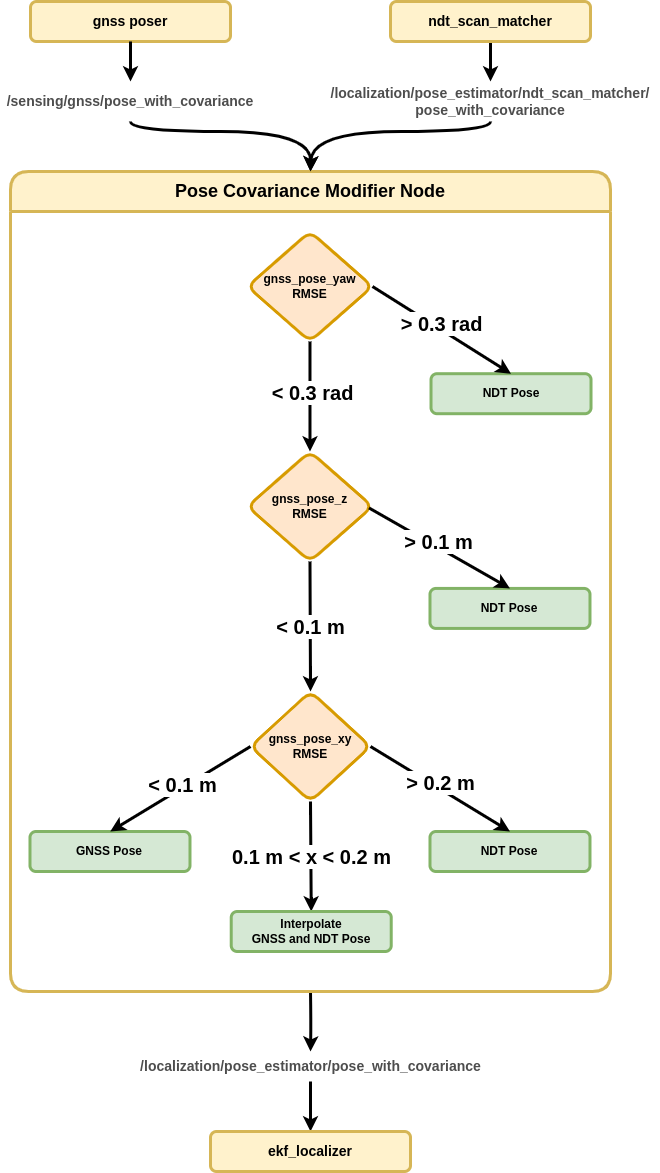
Above: localization/autoware_pose_covariance_modifier_node/media/new_proposal-proposal-extended-proposal.drawio.png in autowarefoundation/autoware.universe (draw.io), before the change. Source tidied: cells renumbered, new cells last; positions are measured from the earlier drawing's top-left corner, leaving out a move shared by most shapes. Source of this version:
```xml
<mxGraphModel>
  <root>
    <mxCell id="0" />
    <mxCell id="1" parent="0" />
    <mxCell id="2" style="edgeStyle=orthogonalEdgeStyle;rounded=0;jettySize=auto;html=1;entryX=0.5;entryY=0;entryDx=0;entryDy=0;curved=1;strokeWidth=3;exitX=0.5;exitY=1;exitDx=0;exitDy=0;" parent="1" edge="1" source="29" target="5">
      <mxGeometry relative="1" as="geometry">
        <Array as="points">
          <mxPoint x="490" y="130" />
          <mxPoint x="311" y="130" />
        </Array>
      </mxGeometry>
    </mxCell>
    <mxCell id="3" style="edgeStyle=orthogonalEdgeStyle;rounded=0;jettySize=auto;html=1;entryX=0.5;entryY=0;entryDx=0;entryDy=0;curved=1;strokeWidth=3;" parent="1" edge="1" source="35" target="36">
      <mxGeometry relative="1" as="geometry" />
    </mxCell>
    <mxCell id="4" style="edgeStyle=orthogonalEdgeStyle;rounded=0;jettySize=auto;html=1;strokeColor=default;strokeWidth=3;align=center;verticalAlign=middle;fontFamily=Helvetica;fontSize=11;fontColor=default;labelBackgroundColor=default;endArrow=classic;curved=1;" parent="1" edge="1" target="35">
      <mxGeometry relative="1" as="geometry">
        <mxPoint x="310" y="990" as="sourcePoint" />
      </mxGeometry>
    </mxCell>
    <mxCell id="5" value="&lt;span style=&quot;font-size: 18px;&quot;&gt;Pose Covariance Modifier Node&lt;/span&gt;" style="swimlane;whiteSpace=wrap;html=1;startSize=40;strokeWidth=3;fillColor=#fff2cc;strokeColor=#d6b656;rounded=1;" parent="1" vertex="1">
      <mxGeometry x="10" y="170" width="600" height="820" as="geometry" />
    </mxCell>
    <mxCell id="6" value="&lt;div&gt;gnss_pose_xy&lt;/div&gt;&lt;div&gt;RMSE&lt;br&gt;&lt;/div&gt;" style="rhombus;whiteSpace=wrap;html=1;fillColor=#ffe6cc;strokeColor=#d79b00;rounded=1;strokeWidth=3;align=center;verticalAlign=middle;fontFamily=Helvetica;fontSize=12;fontStyle=1;" parent="5" vertex="1">
      <mxGeometry x="240" y="520" width="120" height="110" as="geometry" />
    </mxCell>
    <mxCell id="7" style="endArrow=classic;html=1;rounded=0;entryX=0.5;entryY=0;entryDx=0;entryDy=0;exitX=0.5;exitY=1;exitDx=0;exitDy=0;curved=1;strokeWidth=3;" parent="5" edge="1" source="6" target="15">
      <mxGeometry relative="1" as="geometry" />
    </mxCell>
    <mxCell id="8" value="&lt;span style=&quot;&quot;&gt;&lt;b&gt;&lt;font style=&quot;font-size: 20px;&quot;&gt;0.1 m &amp;lt; x &amp;lt; 0.2 m&lt;/font&gt;&lt;/b&gt;&lt;/span&gt;" style="edgeLabel;html=1;align=center;verticalAlign=middle;fontFamily=Helvetica;fontSize=20;fontColor=default;labelBackgroundColor=default;fillColor=none;gradientColor=none;" parent="7" vertex="1">
      <mxGeometry relative="1" as="geometry" />
    </mxCell>
    <mxCell id="9" value="&lt;b&gt;GNSS Pose&lt;/b&gt;" style="rounded=1;whiteSpace=wrap;html=1;fillColor=#d5e8d4;strokeColor=#82b366;strokeWidth=3;align=center;verticalAlign=middle;fontFamily=Helvetica;fontSize=12;fontStyle=1;" parent="5" vertex="1">
      <mxGeometry x="19.5" y="660" width="160" height="40" as="geometry" />
    </mxCell>
    <mxCell id="10" style="endArrow=classic;html=1;rounded=0;entryX=0.5;entryY=0;entryDx=0;entryDy=0;curved=0;strokeWidth=3;strokeColor=default;exitX=0.5;exitY=1;exitDx=0;exitDy=0;" parent="5" edge="1" source="16" target="20">
      <mxGeometry relative="1" as="geometry" />
    </mxCell>
    <mxCell id="11" value="&lt;span style=&quot;font-size: 20px;&quot;&gt;&lt;b style=&quot;font-size: 20px;&quot;&gt;&lt;font style=&quot;font-size: 20px;&quot;&gt;&amp;lt; 0.3 rad&lt;/font&gt;&lt;/b&gt;&lt;/span&gt;" style="edgeLabel;html=1;align=center;verticalAlign=middle;fontSize=20;labelBackgroundColor=default;" parent="10" vertex="1">
      <mxGeometry relative="1" as="geometry">
        <mxPoint x="2" y="-5" as="offset" />
      </mxGeometry>
    </mxCell>
    <mxCell id="12" value="NDT Pose" style="rounded=1;whiteSpace=wrap;html=1;fillColor=#d5e8d4;strokeColor=#82b366;strokeWidth=3;align=center;verticalAlign=middle;fontFamily=Helvetica;fontSize=12;fontStyle=1;" parent="5" vertex="1">
      <mxGeometry x="419.5" y="660" width="160" height="40" as="geometry" />
    </mxCell>
    <mxCell id="13" style="endArrow=classic;html=1;rounded=0;exitX=1;exitY=0.5;exitDx=0;exitDy=0;entryX=0.5;entryY=0;entryDx=0;entryDy=0;curved=0;strokeWidth=3;" parent="5" edge="1" source="6" target="12">
      <mxGeometry relative="1" as="geometry" />
    </mxCell>
    <mxCell id="14" value="&lt;span style=&quot;&quot;&gt;&lt;b&gt;&lt;font style=&quot;font-size: 20px;&quot;&gt;&amp;gt; 0.2 m&lt;/font&gt;&lt;/b&gt;&lt;/span&gt;" style="edgeLabel;html=1;align=center;verticalAlign=middle;fontFamily=Helvetica;fontSize=20;fontColor=default;labelBackgroundColor=default;fillColor=none;gradientColor=none;" parent="13" vertex="1">
      <mxGeometry relative="1" as="geometry">
        <mxPoint x="-1" y="-7" as="offset" />
      </mxGeometry>
    </mxCell>
    <mxCell id="15" value="Interpolate&lt;div&gt;GNSS and NDT Pose&lt;/div&gt;" style="rounded=1;whiteSpace=wrap;html=1;fillColor=#d5e8d4;strokeColor=#82b366;strokeWidth=3;align=center;verticalAlign=middle;fontFamily=Helvetica;fontSize=12;fontStyle=1;" parent="5" vertex="1">
      <mxGeometry x="220.7" y="740" width="160" height="40" as="geometry" />
    </mxCell>
    <mxCell id="16" value="&lt;div&gt;gnss_pose_yaw&lt;/div&gt;&lt;div&gt;RMSE&lt;br&gt;&lt;/div&gt;" style="rhombus;whiteSpace=wrap;html=1;fillColor=#ffe6cc;strokeColor=#d79b00;rounded=1;strokeWidth=3;align=center;verticalAlign=middle;fontFamily=Helvetica;fontSize=12;fontStyle=1;" parent="5" vertex="1">
      <mxGeometry x="237" y="60" width="125" height="110" as="geometry" />
    </mxCell>
    <mxCell id="17" value="NDT Pose" style="rounded=1;whiteSpace=wrap;html=1;fillColor=#d5e8d4;strokeColor=#82b366;strokeWidth=3;align=center;verticalAlign=middle;fontFamily=Helvetica;fontSize=12;fontStyle=1;" parent="5" vertex="1">
      <mxGeometry x="420.5" y="202.2" width="160" height="40" as="geometry" />
    </mxCell>
    <mxCell id="18" style="endArrow=classic;html=1;rounded=0;entryX=0.5;entryY=0;entryDx=0;entryDy=0;curved=0;strokeWidth=3;exitX=1;exitY=0.5;exitDx=0;exitDy=0;" parent="5" edge="1" source="16" target="17">
      <mxGeometry relative="1" as="geometry" />
    </mxCell>
    <mxCell id="19" value="&lt;span style=&quot;&quot;&gt;&lt;b&gt;&lt;font style=&quot;font-size: 20px;&quot;&gt;&amp;gt; 0.3 rad&lt;/font&gt;&lt;/b&gt;&lt;/span&gt;" style="edgeLabel;html=1;align=center;verticalAlign=middle;fontFamily=Helvetica;fontSize=20;fontColor=default;labelBackgroundColor=default;fillColor=none;gradientColor=none;" parent="18" vertex="1">
      <mxGeometry relative="1" as="geometry">
        <mxPoint x="-1" y="-7" as="offset" />
      </mxGeometry>
    </mxCell>
    <mxCell id="20" value="&lt;div&gt;gnss_pose_z&lt;/div&gt;&lt;div&gt;RMSE&lt;br&gt;&lt;/div&gt;" style="rhombus;whiteSpace=wrap;html=1;fillColor=#ffe6cc;strokeColor=#d79b00;rounded=1;strokeWidth=3;align=center;verticalAlign=middle;fontFamily=Helvetica;fontSize=12;fontStyle=1;" parent="5" vertex="1">
      <mxGeometry x="237" y="280" width="125" height="110" as="geometry" />
    </mxCell>
    <mxCell id="21" value="NDT Pose" style="rounded=1;whiteSpace=wrap;html=1;fillColor=#d5e8d4;strokeColor=#82b366;strokeWidth=3;align=center;verticalAlign=middle;fontFamily=Helvetica;fontSize=12;fontStyle=1;" parent="5" vertex="1">
      <mxGeometry x="419.5" y="416.9" width="160" height="40" as="geometry" />
    </mxCell>
    <mxCell id="22" style="endArrow=classic;html=1;rounded=0;entryX=0.5;entryY=0;entryDx=0;entryDy=0;curved=0;strokeWidth=3;exitX=0.972;exitY=0.513;exitDx=0;exitDy=0;exitPerimeter=0;" parent="5" edge="1" source="20" target="21">
      <mxGeometry relative="1" as="geometry" />
    </mxCell>
    <mxCell id="23" value="&lt;span style=&quot;&quot;&gt;&lt;b&gt;&lt;font style=&quot;font-size: 20px;&quot;&gt;&amp;gt; 0.1 m&lt;/font&gt;&lt;/b&gt;&lt;/span&gt;" style="edgeLabel;html=1;align=center;verticalAlign=middle;fontFamily=Helvetica;fontSize=20;fontColor=default;labelBackgroundColor=default;fillColor=none;gradientColor=none;" parent="22" vertex="1">
      <mxGeometry relative="1" as="geometry">
        <mxPoint x="-1" y="-7" as="offset" />
      </mxGeometry>
    </mxCell>
    <mxCell id="24" style="endArrow=classic;html=1;rounded=0;entryX=0.5;entryY=0;entryDx=0;entryDy=0;curved=0;strokeWidth=3;strokeColor=default;exitX=0;exitY=0.5;exitDx=0;exitDy=0;" parent="5" edge="1" source="6">
      <mxGeometry relative="1" as="geometry">
        <mxPoint x="99.7" y="660" as="targetPoint" />
      </mxGeometry>
    </mxCell>
    <mxCell id="25" value="&lt;span style=&quot;font-size: 20px;&quot;&gt;&lt;b style=&quot;font-size: 20px;&quot;&gt;&lt;font style=&quot;font-size: 20px;&quot;&gt;&amp;lt; 0.1 m&lt;/font&gt;&lt;/b&gt;&lt;/span&gt;" style="edgeLabel;html=1;align=center;verticalAlign=middle;fontSize=20;labelBackgroundColor=default;" parent="24" vertex="1">
      <mxGeometry relative="1" as="geometry">
        <mxPoint x="2" y="-5" as="offset" />
      </mxGeometry>
    </mxCell>
    <mxCell id="26" style="endArrow=classic;html=1;rounded=0;entryX=0.5;entryY=0;entryDx=0;entryDy=0;exitX=0.5;exitY=1;exitDx=0;exitDy=0;curved=1;strokeWidth=3;" parent="5" edge="1" source="20" target="6">
      <mxGeometry relative="1" as="geometry" />
    </mxCell>
    <mxCell id="27" value="&lt;span style=&quot;&quot;&gt;&lt;b&gt;&lt;font style=&quot;font-size: 20px;&quot;&gt;&amp;lt; 0.1 m&lt;/font&gt;&lt;/b&gt;&lt;/span&gt;" style="edgeLabel;html=1;align=center;verticalAlign=middle;fontFamily=Helvetica;fontSize=20;fontColor=default;labelBackgroundColor=default;fillColor=none;gradientColor=none;" parent="26" vertex="1">
      <mxGeometry relative="1" as="geometry" />
    </mxCell>
    <mxCell id="28" style="edgeStyle=orthogonalEdgeStyle;rounded=0;jettySize=auto;html=1;entryX=0.5;entryY=0;entryDx=0;entryDy=0;strokeWidth=3;curved=1;exitX=0.5;exitY=1;exitDx=0;exitDy=0;" parent="1" edge="1" source="32" target="5">
      <mxGeometry relative="1" as="geometry">
        <Array as="points">
          <mxPoint x="130" y="130" />
          <mxPoint x="311" y="130" />
        </Array>
      </mxGeometry>
    </mxCell>
    <mxCell id="29" value="&lt;font color=&quot;#4d4d4d&quot; style=&quot;font-size: 14px;&quot;&gt;&lt;b&gt;/localization/pose_estimator/ndt_scan_matcher/&lt;/b&gt;&lt;/font&gt;&lt;div&gt;&lt;font color=&quot;#4d4d4d&quot; style=&quot;font-size: 14px;&quot;&gt;&lt;b&gt;pose_with_covariance&lt;/b&gt;&lt;/font&gt;&lt;/div&gt;" style="text;html=1;align=center;verticalAlign=middle;whiteSpace=wrap;rounded=0;" parent="1" vertex="1">
      <mxGeometry x="320" y="80" width="340" height="40" as="geometry" />
    </mxCell>
    <mxCell id="30" style="edgeStyle=orthogonalEdgeStyle;rounded=0;jettySize=auto;html=1;strokeColor=default;strokeWidth=3;align=center;verticalAlign=middle;fontFamily=Helvetica;fontSize=11;fontColor=default;labelBackgroundColor=default;endArrow=classic;curved=1;exitX=0.5;exitY=1;exitDx=0;exitDy=0;entryX=0.5;entryY=0;entryDx=0;entryDy=0;" parent="1" edge="1" source="34" target="29">
      <mxGeometry relative="1" as="geometry" />
    </mxCell>
    <mxCell id="31" value="&lt;font style=&quot;font-size: 14px;&quot;&gt;gnss poser&lt;/font&gt;" style="rounded=1;whiteSpace=wrap;html=1;fillColor=#fff2cc;strokeColor=#d6b656;fontStyle=1;strokeWidth=3;" parent="1" vertex="1">
      <mxGeometry x="30" width="200" height="40" as="geometry" />
    </mxCell>
    <mxCell id="32" value="&lt;font color=&quot;#4d4d4d&quot; style=&quot;font-size: 14px;&quot;&gt;&lt;b&gt;/sensing/gnss/pose_with_covariance&lt;/b&gt;&lt;/font&gt;" style="text;html=1;align=center;verticalAlign=middle;whiteSpace=wrap;rounded=0;" parent="1" vertex="1">
      <mxGeometry y="80" width="260" height="40" as="geometry" />
    </mxCell>
    <mxCell id="33" style="edgeStyle=orthogonalEdgeStyle;rounded=0;jettySize=auto;html=1;strokeColor=default;strokeWidth=3;align=center;verticalAlign=middle;fontFamily=Helvetica;fontSize=11;fontColor=default;labelBackgroundColor=default;endArrow=classic;curved=1;exitX=0.5;exitY=1;exitDx=0;exitDy=0;entryX=0.5;entryY=0;entryDx=0;entryDy=0;" parent="1" edge="1" source="31" target="32">
      <mxGeometry relative="1" as="geometry" />
    </mxCell>
    <mxCell id="34" value="&lt;font style=&quot;font-size: 14px;&quot;&gt;ndt_scan_matcher&lt;/font&gt;" style="rounded=1;whiteSpace=wrap;html=1;fillColor=#fff2cc;strokeColor=#d6b656;fontStyle=1;strokeWidth=3;" parent="1" vertex="1">
      <mxGeometry x="390" width="200" height="40" as="geometry" />
    </mxCell>
    <mxCell id="35" value="&lt;font size=&quot;1&quot; color=&quot;#4d4d4d&quot;&gt;&lt;b style=&quot;font-size: 14px;&quot;&gt;/localization/pose_estimator/pose_with_covariance&lt;/b&gt;&lt;/font&gt;" style="text;html=1;align=center;verticalAlign=middle;points=[];strokeColor=none;fillColor=none;" parent="1" vertex="1">
      <mxGeometry x="130" y="1050" width="360" height="30" as="geometry" />
    </mxCell>
    <mxCell id="36" value="&lt;font style=&quot;font-size: 14px;&quot;&gt;ekf_localizer&lt;/font&gt;" style="rounded=1;whiteSpace=wrap;html=1;fillColor=#fff2cc;strokeColor=#d6b656;fontStyle=1;strokeWidth=3;" parent="1" vertex="1">
      <mxGeometry x="210" y="1130" width="200" height="40" as="geometry" />
    </mxCell>
  </root>
</mxGraphModel>
```
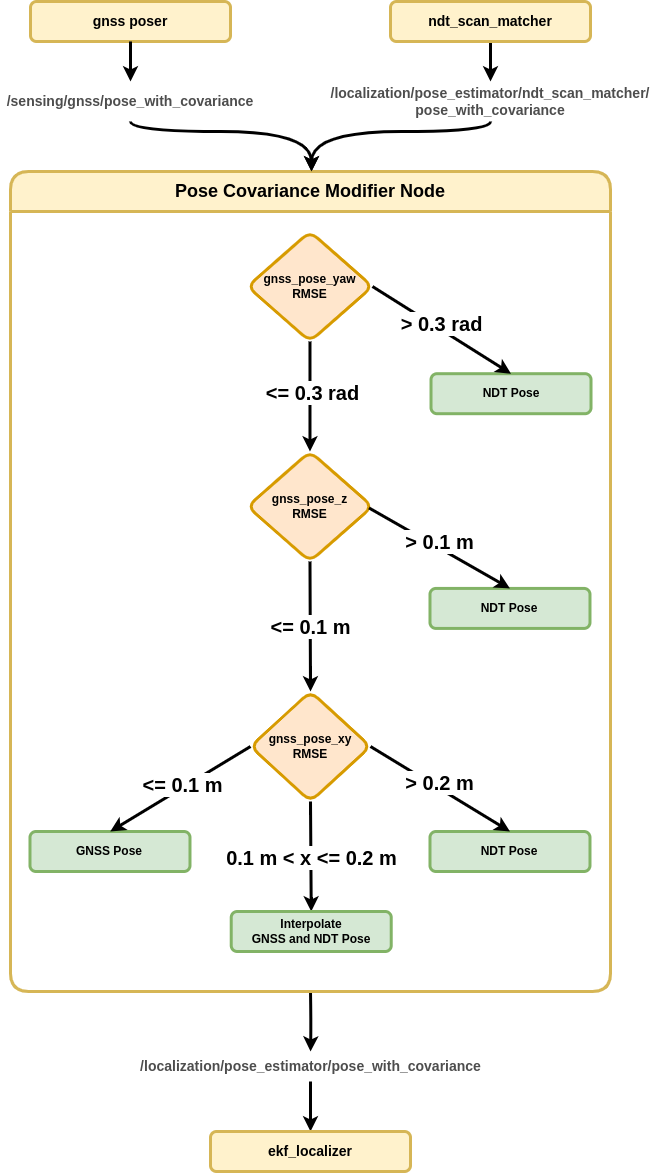
The same file after the commit.

Change to the diagram source:
```diff
@@ -27,7 +27,7 @@
     <mxCell id="7" style="endArrow=classic;html=1;rounded=0;entryX=0.5;entryY=0;entryDx=0;entryDy=0;exitX=0.5;exitY=1;exitDx=0;exitDy=0;curved=1;strokeWidth=3;" parent="5" edge="1" source="6" target="15">
       <mxGeometry relative="1" as="geometry" />
     </mxCell>
-    <mxCell id="8" value="&lt;span style=&quot;&quot;&gt;&lt;b&gt;&lt;font style=&quot;font-size: 20px;&quot;&gt;0.1 m &amp;lt; x &amp;lt; 0.2 m&lt;/font&gt;&lt;/b&gt;&lt;/span&gt;" style="edgeLabel;html=1;align=center;verticalAlign=middle;fontFamily=Helvetica;fontSize=20;fontColor=default;labelBackgroundColor=default;fillColor=none;gradientColor=none;" parent="7" vertex="1">
+    <mxCell id="8" value="&lt;span style=&quot;&quot;&gt;&lt;b&gt;&lt;font style=&quot;font-size: 20px;&quot;&gt;0.1 m &amp;lt; x &amp;lt;= 0.2 m&lt;/font&gt;&lt;/b&gt;&lt;/span&gt;" style="edgeLabel;html=1;align=center;verticalAlign=middle;fontFamily=Helvetica;fontSize=20;fontColor=default;labelBackgroundColor=default;fillColor=none;gradientColor=none;" parent="7" vertex="1">
       <mxGeometry relative="1" as="geometry" />
     </mxCell>
     <mxCell id="9" value="&lt;b&gt;GNSS Pose&lt;/b&gt;" style="rounded=1;whiteSpace=wrap;html=1;fillColor=#d5e8d4;strokeColor=#82b366;strokeWidth=3;align=center;verticalAlign=middle;fontFamily=Helvetica;fontSize=12;fontStyle=1;" parent="5" vertex="1">
@@ -36,7 +36,7 @@
     <mxCell id="10" style="endArrow=classic;html=1;rounded=0;entryX=0.5;entryY=0;entryDx=0;entryDy=0;curved=0;strokeWidth=3;strokeColor=default;exitX=0.5;exitY=1;exitDx=0;exitDy=0;" parent="5" edge="1" source="16" target="20">
       <mxGeometry relative="1" as="geometry" />
     </mxCell>
-    <mxCell id="11" value="&lt;span style=&quot;font-size: 20px;&quot;&gt;&lt;b style=&quot;font-size: 20px;&quot;&gt;&lt;font style=&quot;font-size: 20px;&quot;&gt;&amp;lt; 0.3 rad&lt;/font&gt;&lt;/b&gt;&lt;/span&gt;" style="edgeLabel;html=1;align=center;verticalAlign=middle;fontSize=20;labelBackgroundColor=default;" parent="10" vertex="1">
+    <mxCell id="11" value="&lt;span style=&quot;font-size: 20px;&quot;&gt;&lt;b style=&quot;font-size: 20px;&quot;&gt;&lt;font style=&quot;font-size: 20px;&quot;&gt;&amp;lt;= 0.3 rad&lt;/font&gt;&lt;/b&gt;&lt;/span&gt;" style="edgeLabel;html=1;align=center;verticalAlign=middle;fontSize=20;labelBackgroundColor=default;" parent="10" vertex="1">
       <mxGeometry relative="1" as="geometry">
         <mxPoint x="2" y="-5" as="offset" />
       </mxGeometry>
@@ -88,7 +88,7 @@
         <mxPoint x="99.7" y="660" as="targetPoint" />
       </mxGeometry>
     </mxCell>
-    <mxCell id="25" value="&lt;span style=&quot;font-size: 20px;&quot;&gt;&lt;b style=&quot;font-size: 20px;&quot;&gt;&lt;font style=&quot;font-size: 20px;&quot;&gt;&amp;lt; 0.1 m&lt;/font&gt;&lt;/b&gt;&lt;/span&gt;" style="edgeLabel;html=1;align=center;verticalAlign=middle;fontSize=20;labelBackgroundColor=default;" parent="24" vertex="1">
+    <mxCell id="25" value="&lt;span style=&quot;font-size: 20px;&quot;&gt;&lt;b style=&quot;font-size: 20px;&quot;&gt;&lt;font style=&quot;font-size: 20px;&quot;&gt;&amp;lt;= 0.1 m&lt;/font&gt;&lt;/b&gt;&lt;/span&gt;" style="edgeLabel;html=1;align=center;verticalAlign=middle;fontSize=20;labelBackgroundColor=default;" parent="24" vertex="1">
       <mxGeometry relative="1" as="geometry">
         <mxPoint x="2" y="-5" as="offset" />
       </mxGeometry>
@@ -96,7 +96,7 @@
     <mxCell id="26" style="endArrow=classic;html=1;rounded=0;entryX=0.5;entryY=0;entryDx=0;entryDy=0;exitX=0.5;exitY=1;exitDx=0;exitDy=0;curved=1;strokeWidth=3;" parent="5" edge="1" source="20" target="6">
       <mxGeometry relative="1" as="geometry" />
     </mxCell>
-    <mxCell id="27" value="&lt;span style=&quot;&quot;&gt;&lt;b&gt;&lt;font style=&quot;font-size: 20px;&quot;&gt;&amp;lt; 0.1 m&lt;/font&gt;&lt;/b&gt;&lt;/span&gt;" style="edgeLabel;html=1;align=center;verticalAlign=middle;fontFamily=Helvetica;fontSize=20;fontColor=default;labelBackgroundColor=default;fillColor=none;gradientColor=none;" parent="26" vertex="1">
+    <mxCell id="27" value="&lt;span style=&quot;&quot;&gt;&lt;b&gt;&lt;font style=&quot;font-size: 20px;&quot;&gt;&amp;lt;= 0.1 m&lt;/font&gt;&lt;/b&gt;&lt;/span&gt;" style="edgeLabel;html=1;align=center;verticalAlign=middle;fontFamily=Helvetica;fontSize=20;fontColor=default;labelBackgroundColor=default;fillColor=none;gradientColor=none;" parent="26" vertex="1">
       <mxGeometry relative="1" as="geometry" />
     </mxCell>
     <mxCell id="28" style="edgeStyle=orthogonalEdgeStyle;rounded=0;jettySize=auto;html=1;entryX=0.5;entryY=0;entryDx=0;entryDy=0;strokeWidth=3;curved=1;exitX=0.5;exitY=1;exitDx=0;exitDy=0;" parent="1" edge="1" source="32" target="5">
```
